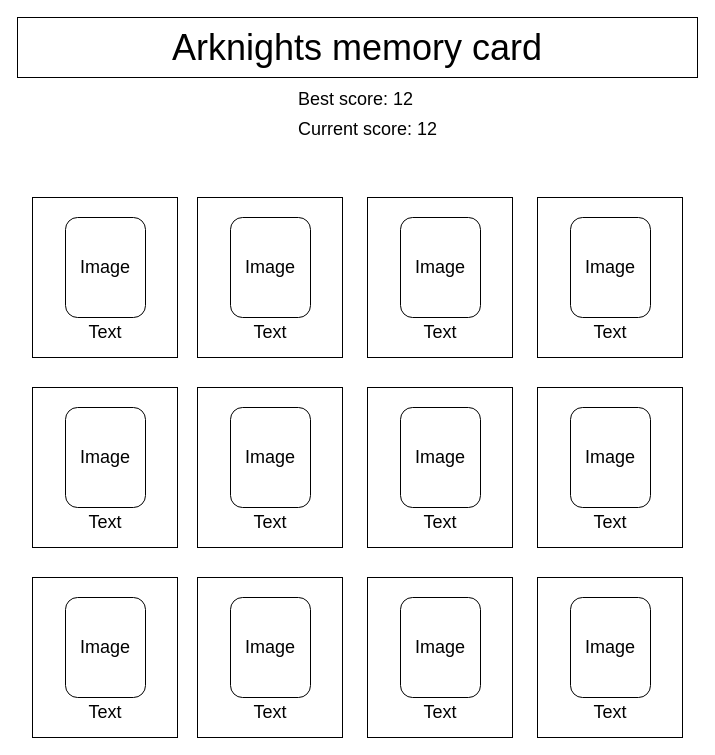
Earlier version of the draw.io diagram layout.drawio (jason89521/top-memory-card). Source tidied: cells renumbered, new cells numbered last; positions are measured from the earlier drawing's top-left corner, leaving out a move shared by most shapes. Both pictures are drawn from the tidied source at 100%, with x=0, y=0 at pixel (17, 17).
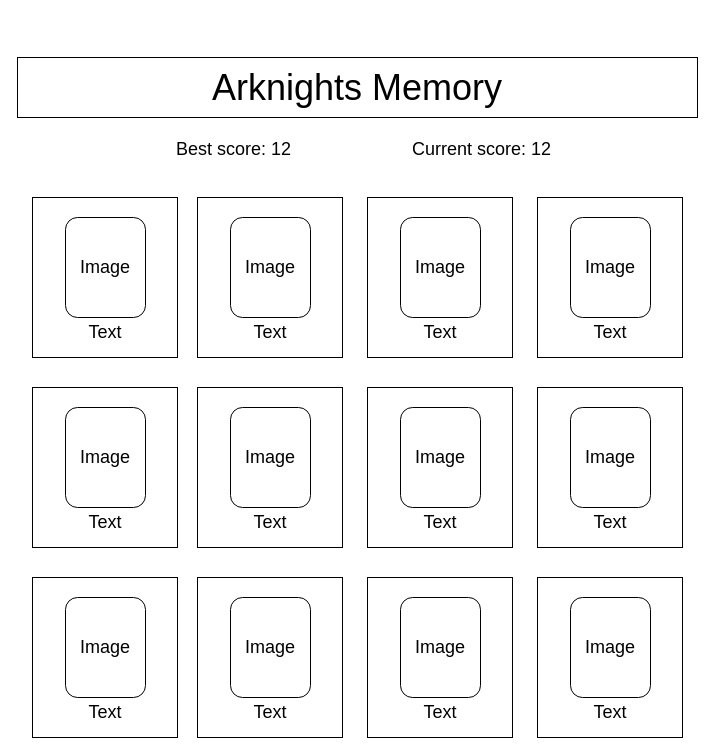
After the change.

What changed in the source:
```diff
@@
-    <mxCell id="2" value="&lt;font style=&quot;font-size: 36px&quot;&gt;Arknights memory card&lt;/font&gt;" style="rounded=0;whiteSpace=wrap;html=1;" parent="1" vertex="1">
-      <mxGeometry width="680" height="60" as="geometry" />
+    <mxCell id="2" value="&lt;font style=&quot;font-size: 36px&quot;&gt;Arknights Memory&lt;/font&gt;" style="rounded=0;whiteSpace=wrap;html=1;" parent="1" vertex="1">
+      <mxGeometry y="40" width="680" height="60" as="geometry" />
     </mxCell>
     <mxCell id="3" value="&lt;font style=&quot;font-size: 18px&quot;&gt;Best score: 12&lt;/font&gt;" style="text;html=1;strokeColor=none;fillColor=none;align=left;verticalAlign=middle;whiteSpace=wrap;rounded=0;fontSize=36;" parent="1" vertex="1">
-      <mxGeometry x="279" y="60" width="122" height="30" as="geometry" />
+      <mxGeometry x="157" y="110" width="122" height="30" as="geometry" />
     </mxCell>
     <mxCell id="4" value="&lt;font style=&quot;font-size: 18px&quot;&gt;Current score: 12&lt;/font&gt;" style="text;html=1;strokeColor=none;fillColor=none;align=left;verticalAlign=middle;whiteSpace=wrap;rounded=0;fontSize=36;" parent="1" vertex="1">
-      <mxGeometry x="279" y="90" width="166" height="30" as="geometry" />
+      <mxGeometry x="393" y="110" width="166" height="30" as="geometry" />
     </mxCell>
```
